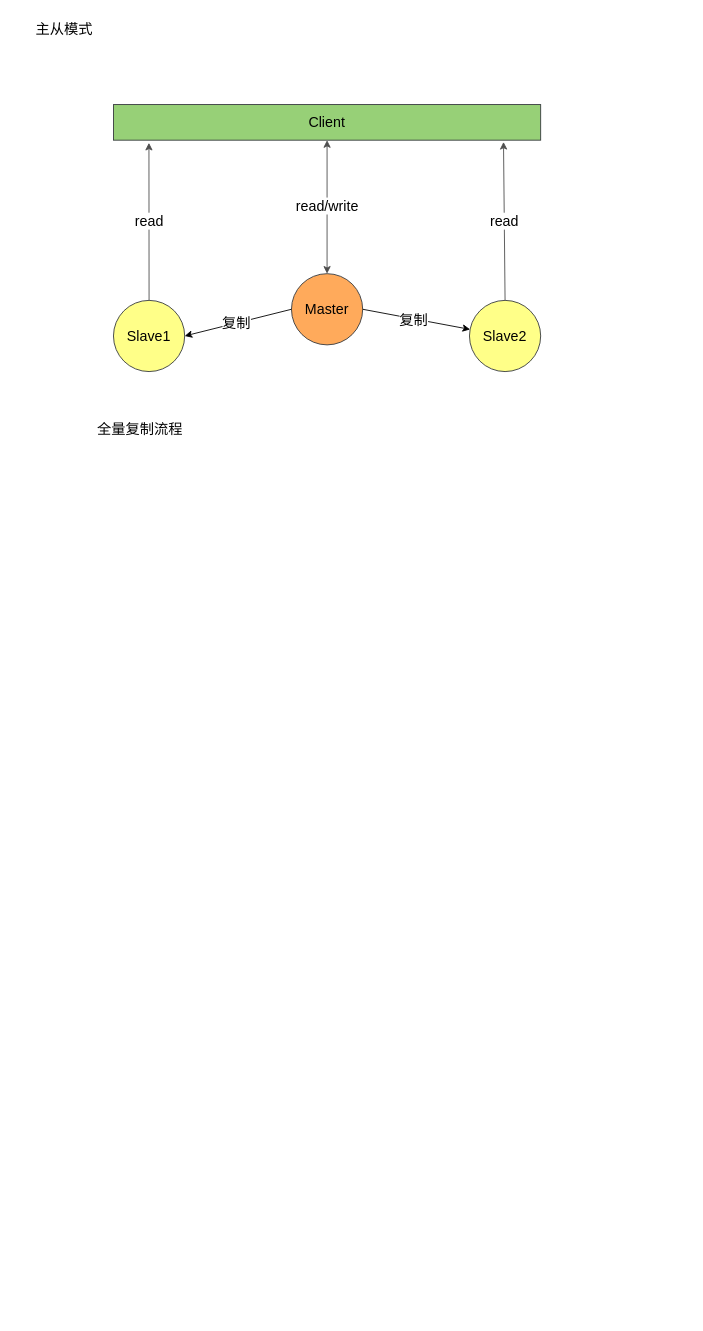
Before: page "Redis部署方式" (5 of 5) of Redis/Redis.drawio in zhangyuying-cn/images, a draw.io diagram. Source tidied: cells renumbered, new cells numbered last; positions are measured from the earlier drawing's top-left corner, leaving out a move shared by most shapes. Both pictures are drawn from the tidied source at 89%, with x=0, y=0 at pixel (15, 15).
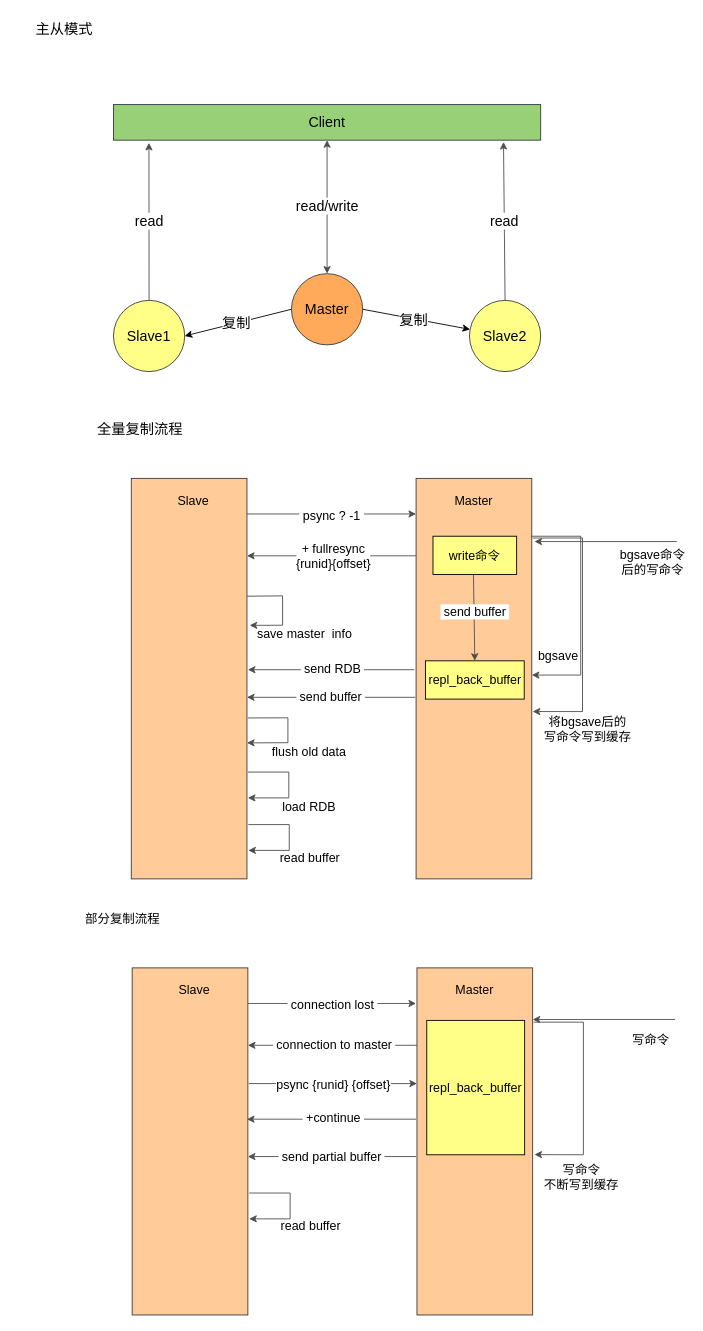
The same page after the edit.

Commit message (it also covers changes not shown here):
主从-全量复制流程

Diff of the diagram source:
```diff
@@
+    <mxCell id="17" style="rounded=0;whiteSpace=wrap;html=1;fontSize=14;fillColor=#ffcc99;strokeColor=#36393d;" parent="1" vertex="1">
+      <mxGeometry x="130" y="520" width="130" height="450" as="geometry" />
+    </mxCell>
+    <mxCell id="18" style="rounded=0;whiteSpace=wrap;html=1;fontSize=14;fillColor=#ffcc99;strokeColor=#36393d;" parent="1" vertex="1">
+      <mxGeometry x="450" y="520" width="130" height="450" as="geometry" />
+    </mxCell>
+    <mxCell id="19" value="Slave" style="text;html=1;strokeColor=none;fillColor=none;align=center;verticalAlign=middle;whiteSpace=wrap;rounded=0;fontSize=14;" parent="1" vertex="1">
+      <mxGeometry x="170" y="530" width="60" height="30" as="geometry" />
+    </mxCell>
+    <mxCell id="20" value="Master" style="text;html=1;strokeColor=none;fillColor=none;align=center;verticalAlign=middle;whiteSpace=wrap;rounded=0;fontSize=14;" parent="1" vertex="1">
+      <mxGeometry x="485" y="530" width="60" height="30" as="geometry" />
+    </mxCell>
+    <mxCell id="21" style="endArrow=classic;html=1;rounded=0;fontSize=14;strokeColor=#4D4D4D;" parent="1" edge="1">
+      <mxGeometry relative="1" as="geometry">
+        <mxPoint x="260" y="560" as="sourcePoint" />
+        <mxPoint x="450" y="560" as="targetPoint" />
+      </mxGeometry>
+    </mxCell>
+    <mxCell id="22" value="&amp;nbsp;psync ? -1&amp;nbsp;" style="edgeLabel;html=1;align=center;verticalAlign=middle;fontSize=14;" parent="21" vertex="1">
+      <mxGeometry x="-0.01" y="-1" relative="1" as="geometry" />
+    </mxCell>
+    <mxCell id="23" style="endArrow=classic;html=1;rounded=0;fontSize=14;strokeColor=#4D4D4D;exitX=1;exitY=0.25;exitDx=0;exitDy=0;entryX=1.023;entryY=0.367;entryDx=0;entryDy=0;entryPerimeter=0;" parent="1" edge="1" target="17">
+      <mxGeometry relative="1" as="geometry">
+        <mxPoint x="260" y="652.4" as="sourcePoint" />
+        <Array as="points">
+          <mxPoint x="300" y="652" />
+          <mxPoint x="300" y="685" />
+        </Array>
+      </mxGeometry>
+    </mxCell>
+    <mxCell id="24" style="endArrow=classic;html=1;rounded=0;fontSize=14;strokeColor=#4D4D4D;entryX=1;entryY=0.25;entryDx=0;entryDy=0;exitX=0;exitY=0.25;exitDx=0;exitDy=0;" parent="1" edge="1">
+      <mxGeometry relative="1" as="geometry">
+        <mxPoint x="450" y="607" as="sourcePoint" />
+        <mxPoint x="260" y="607" as="targetPoint" />
+      </mxGeometry>
+    </mxCell>
+    <mxCell id="25" value="&amp;nbsp;+ fullresync&amp;nbsp;&lt;br&gt;{runid}{offset}" style="edgeLabel;html=1;align=center;verticalAlign=middle;fontSize=14;" parent="24" vertex="1">
+      <mxGeometry x="-0.01" y="-1" relative="1" as="geometry" />
+    </mxCell>
+    <mxCell id="26" value="bgsave" style="text;html=1;strokeColor=none;fillColor=none;align=center;verticalAlign=middle;whiteSpace=wrap;rounded=0;fontSize=14;" parent="1" vertex="1">
+      <mxGeometry x="580" y="705" width="60" height="30" as="geometry" />
+    </mxCell>
+    <mxCell id="27" style="endArrow=classic;html=1;rounded=0;fontSize=14;strokeColor=#4D4D4D;" parent="1" edge="1">
+      <mxGeometry relative="1" as="geometry">
+        <mxPoint x="579" y="585" as="sourcePoint" />
+        <mxPoint x="580" y="741" as="targetPoint" />
+        <Array as="points">
+          <mxPoint x="635" y="585" />
+          <mxPoint x="635" y="741" />
+        </Array>
+      </mxGeometry>
+    </mxCell>
+    <mxCell id="28" value="save master&amp;nbsp; info" style="text;html=1;strokeColor=none;fillColor=none;align=center;verticalAlign=middle;whiteSpace=wrap;rounded=0;fontSize=14;" parent="1" vertex="1">
+      <mxGeometry x="270" y="685" width="110" height="19" as="geometry" />
+    </mxCell>
+    <mxCell id="29" style="endArrow=classic;html=1;rounded=0;fontSize=14;strokeColor=#4D4D4D;entryX=0.5;entryY=0;entryDx=0;entryDy=0;" parent="1" edge="1" target="32">
+      <mxGeometry relative="1" as="geometry">
+        <mxPoint x="514.5" y="628" as="sourcePoint" />
+      </mxGeometry>
+    </mxCell>
+    <mxCell id="30" value="&amp;nbsp;send buffer&amp;nbsp;" style="edgeLabel;html=1;align=center;verticalAlign=middle;fontSize=14;" parent="29" vertex="1">
+      <mxGeometry x="-0.14" relative="1" as="geometry" />
+    </mxCell>
+    <mxCell id="31" value="write命令" style="rounded=0;whiteSpace=wrap;html=1;fontSize=14;fillColor=#FFFF88;" parent="1" vertex="1">
+      <mxGeometry x="469" y="585" width="94" height="43" as="geometry" />
+    </mxCell>
+    <mxCell id="32" value="repl_back_buffer" style="rounded=0;whiteSpace=wrap;html=1;fontSize=14;fillColor=#FFFF88;" parent="1" vertex="1">
+      <mxGeometry x="460.5" y="725" width="111" height="43" as="geometry" />
+    </mxCell>
+    <mxCell id="33" style="endArrow=classic;html=1;rounded=0;fontSize=14;strokeColor=#4D4D4D;" parent="1" edge="1">
+      <mxGeometry relative="1" as="geometry">
+        <mxPoint x="743" y="591" as="sourcePoint" />
+        <mxPoint x="583" y="591" as="targetPoint" />
+      </mxGeometry>
+    </mxCell>
+    <mxCell id="34" value="bgsave命令后的写命令" style="text;html=1;strokeColor=none;fillColor=none;align=center;verticalAlign=middle;whiteSpace=wrap;rounded=0;fontSize=14;" parent="1" vertex="1">
+      <mxGeometry x="676" y="599" width="80" height="30" as="geometry" />
+    </mxCell>
+    <mxCell id="35" style="endArrow=classic;html=1;rounded=0;fontSize=14;strokeColor=#4D4D4D;entryX=1.008;entryY=0.462;entryDx=0;entryDy=0;entryPerimeter=0;exitX=-0.023;exitY=0.598;exitDx=0;exitDy=0;exitPerimeter=0;" parent="1" edge="1">
+      <mxGeometry relative="1" as="geometry">
+        <mxPoint x="448" y="735" as="sourcePoint" />
+        <mxPoint x="261" y="735" as="targetPoint" />
+      </mxGeometry>
+    </mxCell>
+    <mxCell id="36" value="&amp;nbsp;send RDB&amp;nbsp;" style="edgeLabel;html=1;align=center;verticalAlign=middle;fontSize=14;" parent="35" vertex="1">
+      <mxGeometry x="-0.01" y="-2" relative="1" as="geometry" />
+    </mxCell>
+    <mxCell id="37" value="&amp;nbsp;send buffer&amp;nbsp;" style="endArrow=classic;html=1;rounded=0;fontSize=14;strokeColor=#4D4D4D;exitX=-0.023;exitY=0.733;exitDx=0;exitDy=0;exitPerimeter=0;" parent="1" edge="1">
+      <mxGeometry relative="1" as="geometry">
+        <mxPoint x="449" y="766" as="sourcePoint" />
+        <mxPoint x="260" y="766" as="targetPoint" />
+      </mxGeometry>
+    </mxCell>
+    <mxCell id="38" style="endArrow=classic;html=1;rounded=0;fontSize=14;strokeColor=#4D4D4D;exitX=1.038;exitY=0.788;exitDx=0;exitDy=0;exitPerimeter=0;entryX=1.031;entryY=0.858;entryDx=0;entryDy=0;entryPerimeter=0;" parent="1" edge="1">
+      <mxGeometry relative="1" as="geometry">
+        <mxPoint x="260.9" y="789.2" as="sourcePoint" />
+        <mxPoint x="260" y="817.2" as="targetPoint" />
+        <Array as="points">
+          <mxPoint x="306" y="789" />
+          <mxPoint x="306" y="817" />
+        </Array>
+      </mxGeometry>
+    </mxCell>
+    <mxCell id="39" value="flush old data" style="text;html=1;strokeColor=none;fillColor=none;align=center;verticalAlign=middle;whiteSpace=wrap;rounded=0;fontSize=14;" parent="1" vertex="1">
+      <mxGeometry x="280" y="817" width="100" height="20" as="geometry" />
+    </mxCell>
+    <mxCell id="40" style="endArrow=classic;html=1;rounded=0;fontSize=14;strokeColor=#4D4D4D;" parent="1" edge="1">
+      <mxGeometry relative="1" as="geometry">
+        <mxPoint x="261" y="850" as="sourcePoint" />
+        <mxPoint x="261" y="879" as="targetPoint" />
+        <Array as="points">
+          <mxPoint x="307" y="850" />
+          <mxPoint x="307" y="879" />
+        </Array>
+      </mxGeometry>
+    </mxCell>
+    <mxCell id="41" value="load RDB" style="text;html=1;strokeColor=none;fillColor=none;align=center;verticalAlign=middle;whiteSpace=wrap;rounded=0;fontSize=14;" parent="1" vertex="1">
+      <mxGeometry x="280" y="879" width="100" height="20" as="geometry" />
+    </mxCell>
+    <mxCell id="42" style="endArrow=classic;html=1;rounded=0;fontSize=14;strokeColor=#4D4D4D;" parent="1" edge="1">
+      <mxGeometry relative="1" as="geometry">
+        <mxPoint x="261.5" y="909" as="sourcePoint" />
+        <mxPoint x="261.5" y="938" as="targetPoint" />
+        <Array as="points">
+          <mxPoint x="307.5" y="909" />
+          <mxPoint x="307.5" y="938" />
+        </Array>
+      </mxGeometry>
+    </mxCell>
+    <mxCell id="43" value="read buffer" style="text;html=1;strokeColor=none;fillColor=none;align=center;verticalAlign=middle;whiteSpace=wrap;rounded=0;fontSize=14;" parent="1" vertex="1">
+      <mxGeometry x="280.5" y="938" width="100" height="16" as="geometry" />
+    </mxCell>
+    <mxCell id="44" style="endArrow=classic;html=1;rounded=0;fontSize=14;strokeColor=#4D4D4D;" parent="1" edge="1">
+      <mxGeometry relative="1" as="geometry">
+        <mxPoint x="581" y="587" as="sourcePoint" />
+        <mxPoint x="581" y="782" as="targetPoint" />
+        <Array as="points">
+          <mxPoint x="637" y="587" />
+          <mxPoint x="637" y="782" />
+        </Array>
+      </mxGeometry>
+    </mxCell>
+    <mxCell id="45" value="将bgsave后的&lt;br&gt;写命令写到缓存" style="text;html=1;strokeColor=none;fillColor=none;align=center;verticalAlign=middle;whiteSpace=wrap;rounded=0;fontSize=14;" parent="1" vertex="1">
+      <mxGeometry x="588" y="787" width="110" height="30" as="geometry" />
+    </mxCell>
+    <mxCell id="46" style="rounded=0;whiteSpace=wrap;html=1;fontSize=14;fillColor=#ffcc99;strokeColor=#36393d;" parent="1" vertex="1">
+      <mxGeometry x="131" y="1070" width="130" height="390" as="geometry" />
+    </mxCell>
+    <mxCell id="47" style="rounded=0;whiteSpace=wrap;html=1;fontSize=14;fillColor=#ffcc99;strokeColor=#36393d;" parent="1" vertex="1">
+      <mxGeometry x="451" y="1070" width="130" height="390" as="geometry" />
+    </mxCell>
+    <mxCell id="48" value="Slave" style="text;html=1;strokeColor=none;fillColor=none;align=center;verticalAlign=middle;whiteSpace=wrap;rounded=0;fontSize=14;" parent="1" vertex="1">
+      <mxGeometry x="171" y="1080" width="60" height="30" as="geometry" />
+    </mxCell>
+    <mxCell id="49" value="Master" style="text;html=1;strokeColor=none;fillColor=none;align=center;verticalAlign=middle;whiteSpace=wrap;rounded=0;fontSize=14;" parent="1" vertex="1">
+      <mxGeometry x="486" y="1080" width="60" height="30" as="geometry" />
+    </mxCell>
+    <mxCell id="50" style="endArrow=classic;html=1;rounded=0;fontSize=14;strokeColor=#4D4D4D;" parent="1" edge="1">
+      <mxGeometry relative="1" as="geometry">
+        <mxPoint x="261" y="1110" as="sourcePoint" />
+        <mxPoint x="450" y="1110" as="targetPoint" />
+      </mxGeometry>
+    </mxCell>
+    <mxCell id="51" value="&amp;nbsp;connection lost&amp;nbsp;" style="edgeLabel;html=1;align=center;verticalAlign=middle;fontSize=14;" parent="50" vertex="1">
+      <mxGeometry x="-0.01" y="-1" relative="1" as="geometry" />
+    </mxCell>
+    <mxCell id="52" style="endArrow=classic;html=1;rounded=0;fontSize=14;strokeColor=#4D4D4D;entryX=1;entryY=0.25;entryDx=0;entryDy=0;exitX=0;exitY=0.25;exitDx=0;exitDy=0;" parent="1" edge="1">
+      <mxGeometry relative="1" as="geometry">
+        <mxPoint x="451" y="1157" as="sourcePoint" />
+        <mxPoint x="261" y="1157" as="targetPoint" />
+      </mxGeometry>
+    </mxCell>
+    <mxCell id="53" value="&amp;nbsp;connection to master&amp;nbsp;" style="edgeLabel;html=1;align=center;verticalAlign=middle;fontSize=14;" parent="52" vertex="1">
+      <mxGeometry x="-0.01" y="-1" relative="1" as="geometry" />
+    </mxCell>
+    <mxCell id="54" value="repl_back_buffer" style="rounded=0;whiteSpace=wrap;html=1;fontSize=14;fillColor=#FFFF88;" parent="1" vertex="1">
+      <mxGeometry x="462" y="1129" width="110" height="151" as="geometry" />
+    </mxCell>
+    <mxCell id="55" style="endArrow=classic;html=1;rounded=0;fontSize=14;strokeColor=#4D4D4D;" parent="1" edge="1">
+      <mxGeometry relative="1" as="geometry">
+        <mxPoint x="741" y="1128" as="sourcePoint" />
+        <mxPoint x="581" y="1128" as="targetPoint" />
+      </mxGeometry>
+    </mxCell>
+    <mxCell id="56" value="写命令" style="text;html=1;strokeColor=none;fillColor=none;align=center;verticalAlign=middle;whiteSpace=wrap;rounded=0;fontSize=14;" parent="1" vertex="1">
+      <mxGeometry x="674" y="1136" width="80" height="30" as="geometry" />
+    </mxCell>
+    <mxCell id="57" style="endArrow=classic;html=1;rounded=0;fontSize=14;strokeColor=#4D4D4D;" parent="1" edge="1">
+      <mxGeometry relative="1" as="geometry">
+        <mxPoint x="450" y="1240" as="sourcePoint" />
+        <mxPoint x="260" y="1240" as="targetPoint" />
+      </mxGeometry>
+    </mxCell>
+    <mxCell id="58" value="&amp;nbsp;+continue&amp;nbsp;" style="edgeLabel;html=1;align=center;verticalAlign=middle;fontSize=14;" parent="57" vertex="1">
+      <mxGeometry x="-0.01" y="-2" relative="1" as="geometry" />
+    </mxCell>
+    <mxCell id="59" value="&amp;nbsp;send partial buffer&amp;nbsp;" style="endArrow=classic;html=1;rounded=0;fontSize=14;strokeColor=#4D4D4D;exitX=-0.023;exitY=0.733;exitDx=0;exitDy=0;exitPerimeter=0;" parent="1" edge="1">
+      <mxGeometry relative="1" as="geometry">
+        <mxPoint x="450" y="1282" as="sourcePoint" />
+        <mxPoint x="261" y="1282" as="targetPoint" />
+      </mxGeometry>
+    </mxCell>
+    <mxCell id="60" style="endArrow=classic;html=1;rounded=0;fontSize=14;strokeColor=#4D4D4D;" parent="1" edge="1">
+      <mxGeometry relative="1" as="geometry">
+        <mxPoint x="262.5" y="1323" as="sourcePoint" />
+        <mxPoint x="262.5" y="1352" as="targetPoint" />
+        <Array as="points">
+          <mxPoint x="308.5" y="1323" />
+          <mxPoint x="308.5" y="1352" />
+        </Array>
+      </mxGeometry>
+    </mxCell>
+    <mxCell id="61" value="read buffer" style="text;html=1;strokeColor=none;fillColor=none;align=center;verticalAlign=middle;whiteSpace=wrap;rounded=0;fontSize=14;" parent="1" vertex="1">
+      <mxGeometry x="281.5" y="1352" width="100" height="16" as="geometry" />
+    </mxCell>
+    <mxCell id="62" style="endArrow=classic;html=1;rounded=0;fontSize=14;strokeColor=#4D4D4D;entryX=1.015;entryY=0.538;entryDx=0;entryDy=0;entryPerimeter=0;" parent="1" edge="1" target="47">
+      <mxGeometry relative="1" as="geometry">
+        <mxPoint x="582" y="1131" as="sourcePoint" />
+        <Array as="points">
+          <mxPoint x="638" y="1131" />
+          <mxPoint x="638" y="1280" />
+        </Array>
+      </mxGeometry>
+    </mxCell>
+    <mxCell id="63" value="写命令&lt;br&gt;不断写到缓存" style="text;html=1;strokeColor=none;fillColor=none;align=center;verticalAlign=middle;whiteSpace=wrap;rounded=0;fontSize=14;" parent="1" vertex="1">
+      <mxGeometry x="586" y="1290" width="100" height="30" as="geometry" />
+    </mxCell>
+    <mxCell id="64" value="部分复制流程" style="text;html=1;strokeColor=none;fillColor=none;align=center;verticalAlign=middle;whiteSpace=wrap;rounded=0;fontSize=14;" parent="1" vertex="1">
+      <mxGeometry x="71" y="1000" width="99" height="30" as="geometry" />
+    </mxCell>
+    <mxCell id="65" style="endArrow=classic;html=1;rounded=0;fontSize=14;strokeColor=#4D4D4D;entryX=-0.008;entryY=0.091;entryDx=0;entryDy=0;entryPerimeter=0;" parent="1" edge="1">
+      <mxGeometry relative="1" as="geometry">
+        <mxPoint x="262" y="1200" as="sourcePoint" />
+        <mxPoint x="451" y="1200" as="targetPoint" />
+      </mxGeometry>
+    </mxCell>
+    <mxCell id="66" value="psync {runid}&amp;nbsp;{offset}" style="edgeLabel;html=1;align=center;verticalAlign=middle;fontSize=14;" parent="65" vertex="1">
+      <mxGeometry x="-0.01" y="-1" relative="1" as="geometry" />
+    </mxCell>
```
